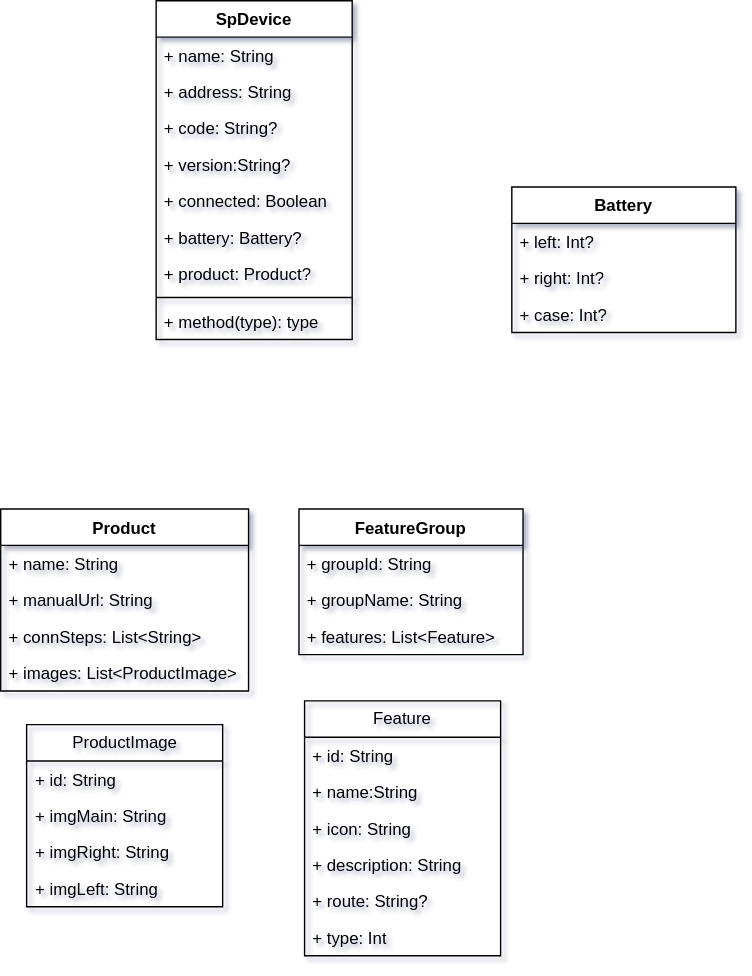
kekemao00/draw-libs keeps this draw.io diagram as 未命名绘图.drawio.svg. Above is the earlier version. Source tidied: cells renumbered, new cells last; positions are measured from the earlier drawing's top-left corner, leaving out a move shared by most shapes.
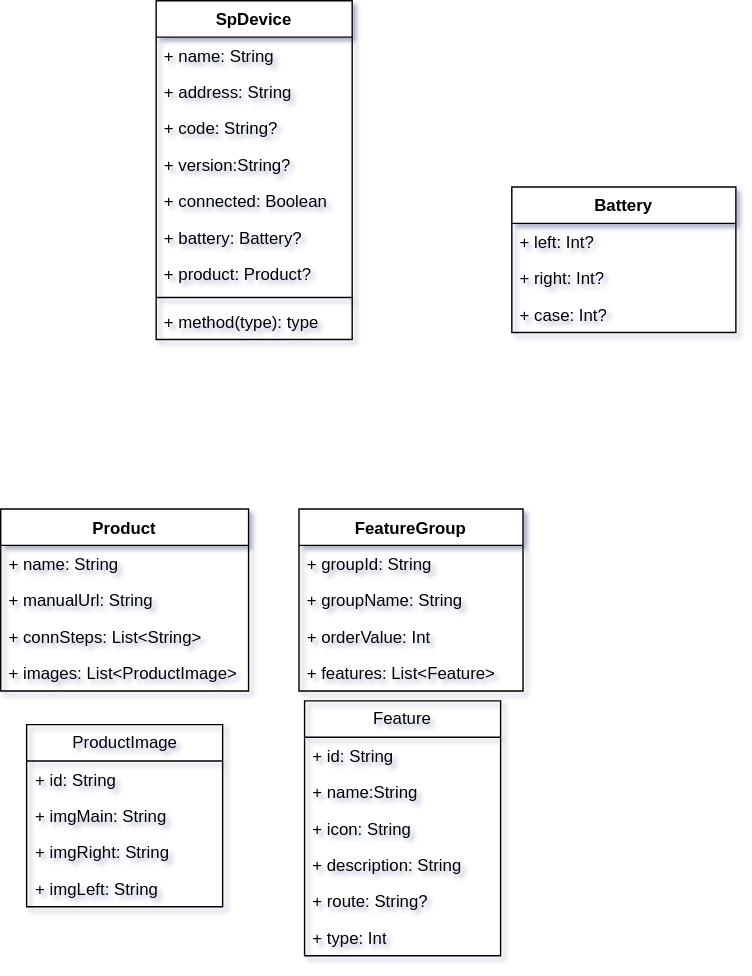
The same file after the commit.

Commit message:
更新未命名绘图.drawio.svg

The edit, as a diff of the source:
```diff
@@ -75,7 +75,7 @@
       <mxGeometry y="104" width="140" height="26" as="geometry" />
     </mxCell>
     <mxCell id="26" value="FeatureGroup" style="swimlane;fontStyle=1;align=center;verticalAlign=top;horizontal=1;startSize=26;whiteSpace=wrap;html=1;" parent="1" vertex="1">
-      <mxGeometry x="213" y="363" width="160" height="104" as="geometry" />
+      <mxGeometry x="213" y="363" width="160" height="130" as="geometry" />
     </mxCell>
     <mxCell id="27" value="+ groupId: String" style="text;strokeColor=none;fillColor=none;align=left;verticalAlign=top;spacingLeft=4;spacingRight=4;overflow=hidden;whiteSpace=wrap;html=1;" parent="26" vertex="1">
       <mxGeometry y="26" width="160" height="26" as="geometry" />
@@ -83,8 +83,11 @@
     <mxCell id="28" value="+ groupName: String" style="text;strokeColor=none;fillColor=none;align=left;verticalAlign=top;spacingLeft=4;spacingRight=4;overflow=hidden;whiteSpace=wrap;html=1;" parent="26" vertex="1">
       <mxGeometry y="52" width="160" height="26" as="geometry" />
     </mxCell>
+    <mxCell id="37" value="+ orderValue: Int" style="text;strokeColor=none;fillColor=none;align=left;verticalAlign=top;spacingLeft=4;spacingRight=4;overflow=hidden;whiteSpace=wrap;html=1;" parent="26" vertex="1">
+      <mxGeometry y="78" width="160" height="26" as="geometry" />
+    </mxCell>
     <mxCell id="29" value="+ features: List&amp;lt;Feature&amp;gt;" style="text;strokeColor=none;fillColor=none;align=left;verticalAlign=top;spacingLeft=4;spacingRight=4;overflow=hidden;whiteSpace=wrap;html=1;" parent="26" vertex="1">
-      <mxGeometry y="78" width="160" height="26" as="geometry" />
+      <mxGeometry y="104" width="160" height="26" as="geometry" />
     </mxCell>
     <mxCell id="30" value="Feature" style="swimlane;fontStyle=0;horizontal=1;startSize=26;fillColor=none;whiteSpace=wrap;html=1;" parent="1" vertex="1">
       <mxGeometry x="217" y="500" width="140" height="182" as="geometry" />
```
